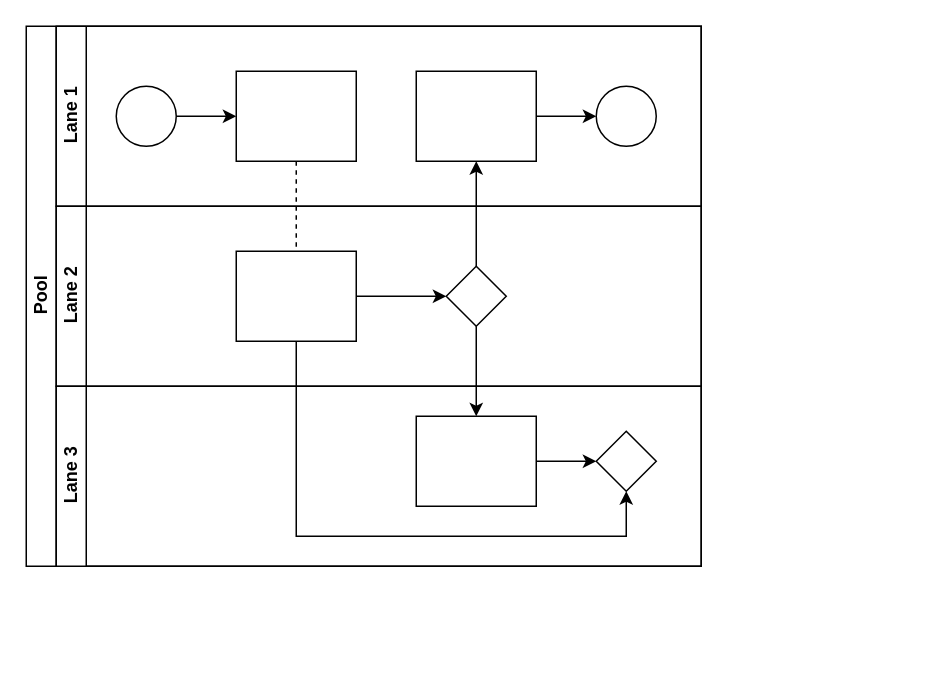
Before: Untitled Diagram.drawio in thriftykapila/flow-diagrams, a draw.io diagram. Source tidied: cells renumbered, new cells numbered last; positions are measured from the earlier drawing's top-left corner, leaving out a move shared by most shapes. Both pictures are drawn from the tidied source at 150%, with x=0, y=0 at pixel (26, 26).
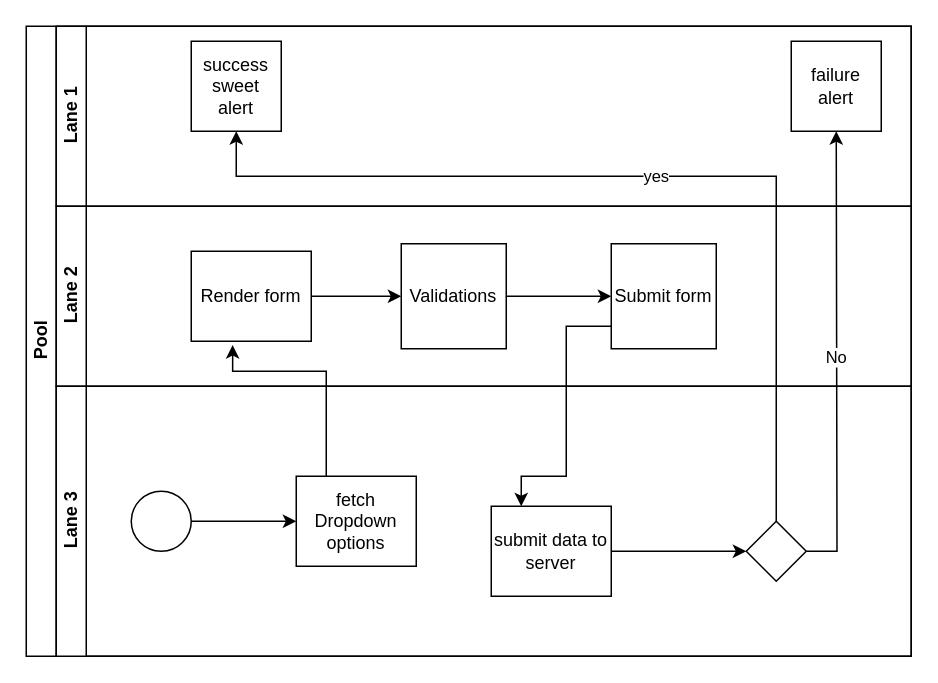
After the change.

Change to the diagram source:
```diff
@@
     <mxCell id="2" value="Pool" style="swimlane;html=1;horizontal=0;startSize=20;" parent="1" vertex="1">
-      <mxGeometry width="450" height="360" as="geometry" />
+      <mxGeometry width="590" height="420" as="geometry" />
     </mxCell>
-    <mxCell id="3" style="edgeStyle=orthogonalEdgeStyle;rounded=0;jettySize=auto;html=1;dashed=1;endArrow=none;endFill=0;" parent="2" edge="1" source="10" target="16">
-      <mxGeometry relative="1" as="geometry" />
-    </mxCell>
-    <mxCell id="4" style="edgeStyle=orthogonalEdgeStyle;rounded=0;jettySize=auto;html=1;endArrow=classic;endFill=1;" parent="2" edge="1" source="17" target="12">
-      <mxGeometry relative="1" as="geometry" />
-    </mxCell>
-    <mxCell id="5" style="edgeStyle=orthogonalEdgeStyle;rounded=0;jettySize=auto;html=1;endArrow=classic;endFill=1;" parent="2" edge="1" source="17" target="20">
-      <mxGeometry relative="1" as="geometry" />
-    </mxCell>
-    <mxCell id="6" style="edgeStyle=orthogonalEdgeStyle;rounded=0;jettySize=auto;html=1;endArrow=classic;endFill=1;" parent="2" edge="1" source="16" target="21">
-      <mxGeometry relative="1" as="geometry">
-        <Array as="points">
-          <mxPoint x="180" y="340" />
-          <mxPoint x="400" y="340" />
-        </Array>
-      </mxGeometry>
-    </mxCell>
     <mxCell id="7" value="Lane 1" style="swimlane;html=1;startSize=20;horizontal=0;" parent="2" vertex="1">
-      <mxGeometry x="20" width="430" height="120" as="geometry" />
+      <mxGeometry x="20" width="570" height="120" as="geometry" />
     </mxCell>
-    <mxCell id="8" style="edgeStyle=orthogonalEdgeStyle;rounded=0;jettySize=auto;html=1;" parent="7" edge="1" source="9" target="10">
-      <mxGeometry relative="1" as="geometry" />
-    </mxCell>
-    <mxCell id="9" style="ellipse;whiteSpace=wrap;html=1;" parent="7" vertex="1">
-      <mxGeometry x="40" y="40" width="40" height="40" as="geometry" />
-    </mxCell>
-    <mxCell id="10" style="rounded=0;whiteSpace=wrap;html=1;fontFamily=Helvetica;fontSize=12;fontColor=#000000;align=center;" parent="7" vertex="1">
-      <mxGeometry x="120" y="30" width="80" height="60" as="geometry" />
-    </mxCell>
-    <mxCell id="11" style="edgeStyle=orthogonalEdgeStyle;rounded=0;jettySize=auto;html=1;endArrow=classic;endFill=1;" parent="7" edge="1" source="12" target="13">
-      <mxGeometry relative="1" as="geometry" />
-    </mxCell>
-    <mxCell id="12" style="rounded=0;whiteSpace=wrap;html=1;fontFamily=Helvetica;fontSize=12;fontColor=#000000;align=center;" parent="7" vertex="1">
-      <mxGeometry x="240" y="30" width="80" height="60" as="geometry" />
-    </mxCell>
-    <mxCell id="13" style="ellipse;whiteSpace=wrap;html=1;" parent="7" vertex="1">
-      <mxGeometry x="360" y="40" width="40" height="40" as="geometry" />
-    </mxCell>
+    <mxCell id="22" value="success sweet alert" style="whiteSpace=wrap;html=1;" parent="7" vertex="1">
+      <mxGeometry x="90" y="10" width="60" height="60" as="geometry" />
+    </mxCell>
+    <mxCell id="23" value="failure alert" style="whiteSpace=wrap;html=1;" parent="7" vertex="1">
+      <mxGeometry x="490" y="10" width="60" height="60" as="geometry" />
+    </mxCell>
     <mxCell id="14" value="Lane 2" style="swimlane;html=1;startSize=20;horizontal=0;" parent="2" vertex="1">
-      <mxGeometry x="20" y="120" width="430" height="120" as="geometry" />
+      <mxGeometry x="20" y="120" width="570" height="120" as="geometry" />
     </mxCell>
-    <mxCell id="15" style="edgeStyle=orthogonalEdgeStyle;rounded=0;jettySize=auto;html=1;endArrow=classic;endFill=1;" parent="14" edge="1" source="16" target="17">
+    <mxCell id="15" style="edgeStyle=orthogonalEdgeStyle;rounded=0;jettySize=auto;html=1;endArrow=classic;endFill=1;entryX=0;entryY=0.5;entryDx=0;entryDy=0;" parent="14" edge="1" source="16" target="25">
       <mxGeometry relative="1" as="geometry" />
     </mxCell>
-    <mxCell id="16" style="rounded=0;whiteSpace=wrap;html=1;fontFamily=Helvetica;fontSize=12;fontColor=#000000;align=center;" parent="14" vertex="1">
-      <mxGeometry x="120" y="30" width="80" height="60" as="geometry" />
+    <mxCell id="16" value="Render form" style="rounded=0;whiteSpace=wrap;html=1;fontFamily=Helvetica;fontSize=12;fontColor=#000000;align=center;" parent="14" vertex="1">
+      <mxGeometry x="90" y="30" width="80" height="60" as="geometry" />
     </mxCell>
-    <mxCell id="17" style="rhombus;whiteSpace=wrap;html=1;fontFamily=Helvetica;fontSize=12;fontColor=#000000;align=center;" parent="14" vertex="1">
-      <mxGeometry x="260" y="40" width="40" height="40" as="geometry" />
-    </mxCell>
+    <mxCell id="24" style="edgeStyle=orthogonalEdgeStyle;rounded=0;jettySize=auto;html=1;entryX=0;entryY=0.5;entryDx=0;entryDy=0;" parent="14" edge="1" source="25" target="26">
+      <mxGeometry relative="1" as="geometry" />
+    </mxCell>
+    <mxCell id="25" value="Validations" style="whiteSpace=wrap;html=1;" parent="14" vertex="1">
+      <mxGeometry x="230" y="25" width="70" height="70" as="geometry" />
+    </mxCell>
+    <mxCell id="26" value="Submit form" style="whiteSpace=wrap;html=1;" parent="14" vertex="1">
+      <mxGeometry x="370" y="25" width="70" height="70" as="geometry" />
+    </mxCell>
+    <mxCell id="27" style="edgeStyle=orthogonalEdgeStyle;rounded=0;jettySize=auto;html=1;entryX=0.345;entryY=1.043;entryDx=0;entryDy=0;entryPerimeter=0;" parent="2" edge="1" source="20" target="16">
+      <mxGeometry relative="1" as="geometry">
+        <Array as="points">
+          <mxPoint x="200" y="230" />
+          <mxPoint x="138" y="230" />
+        </Array>
+      </mxGeometry>
+    </mxCell>
     <mxCell id="18" value="Lane 3" style="swimlane;html=1;startSize=20;horizontal=0;" parent="2" vertex="1">
-      <mxGeometry x="20" y="240" width="430" height="120" as="geometry" />
+      <mxGeometry x="20" y="240" width="570" height="180" as="geometry" />
     </mxCell>
-    <mxCell id="19" style="edgeStyle=orthogonalEdgeStyle;rounded=0;jettySize=auto;html=1;endArrow=classic;endFill=1;" parent="18" edge="1" source="20" target="21">
-      <mxGeometry relative="1" as="geometry" />
-    </mxCell>
-    <mxCell id="20" style="rounded=0;whiteSpace=wrap;html=1;fontFamily=Helvetica;fontSize=12;fontColor=#000000;align=center;" parent="18" vertex="1">
-      <mxGeometry x="240" y="20" width="80" height="60" as="geometry" />
+    <mxCell id="20" value="fetch Dropdown options" style="rounded=0;whiteSpace=wrap;html=1;fontFamily=Helvetica;fontSize=12;fontColor=#000000;align=center;" parent="18" vertex="1">
+      <mxGeometry x="160" y="60" width="80" height="60" as="geometry" />
     </mxCell>
-    <mxCell id="21" style="rhombus;whiteSpace=wrap;html=1;fontFamily=Helvetica;fontSize=12;fontColor=#000000;align=center;" parent="18" vertex="1">
-      <mxGeometry x="360" y="30" width="40" height="40" as="geometry" />
-    </mxCell>
+    <mxCell id="28" style="edgeStyle=orthogonalEdgeStyle;rounded=0;jettySize=auto;html=1;" parent="18" edge="1" source="9" target="20">
+      <mxGeometry relative="1" as="geometry" />
+    </mxCell>
+    <mxCell id="9" style="ellipse;whiteSpace=wrap;html=1;" parent="18" vertex="1">
+      <mxGeometry x="50" y="70" width="40" height="40" as="geometry" />
+    </mxCell>
+    <mxCell id="29" value="submit data to server" style="rounded=0;whiteSpace=wrap;html=1;fontFamily=Helvetica;fontSize=12;fontColor=#000000;align=center;" parent="18" vertex="1">
+      <mxGeometry x="290" y="80" width="80" height="60" as="geometry" />
+    </mxCell>
+    <mxCell id="30" style="rhombus;whiteSpace=wrap;html=1;" parent="18" vertex="1">
+      <mxGeometry x="460" y="90" width="40" height="40" as="geometry" />
+    </mxCell>
+    <mxCell id="31" value="yes" style="edgeStyle=orthogonalEdgeStyle;rounded=0;jettySize=auto;html=1;entryX=0.5;entryY=1;entryDx=0;entryDy=0;" parent="2" edge="1" source="30" target="22">
+      <mxGeometry relative="1" as="geometry">
+        <Array as="points">
+          <mxPoint x="500" y="100" />
+          <mxPoint x="140" y="100" />
+        </Array>
+      </mxGeometry>
+    </mxCell>
+    <mxCell id="32" style="edgeStyle=orthogonalEdgeStyle;rounded=0;jettySize=auto;html=1;" parent="1" edge="1" source="26">
+      <mxGeometry relative="1" as="geometry">
+        <mxPoint x="330" y="320" as="targetPoint" />
+        <Array as="points">
+          <mxPoint x="360" y="200" />
+          <mxPoint x="360" y="300" />
+          <mxPoint x="330" y="300" />
+        </Array>
+      </mxGeometry>
+    </mxCell>
+    <mxCell id="33" style="edgeStyle=orthogonalEdgeStyle;rounded=0;jettySize=auto;html=1;" parent="1" edge="1" source="29">
+      <mxGeometry relative="1" as="geometry">
+        <mxPoint x="480" y="350" as="targetPoint" />
+      </mxGeometry>
+    </mxCell>
+    <mxCell id="34" value="No" style="edgeStyle=orthogonalEdgeStyle;rounded=0;jettySize=auto;html=1;" parent="1" edge="1" source="30">
+      <mxGeometry relative="1" as="geometry">
+        <mxPoint x="540" y="70" as="targetPoint" />
+      </mxGeometry>
+    </mxCell>
```
